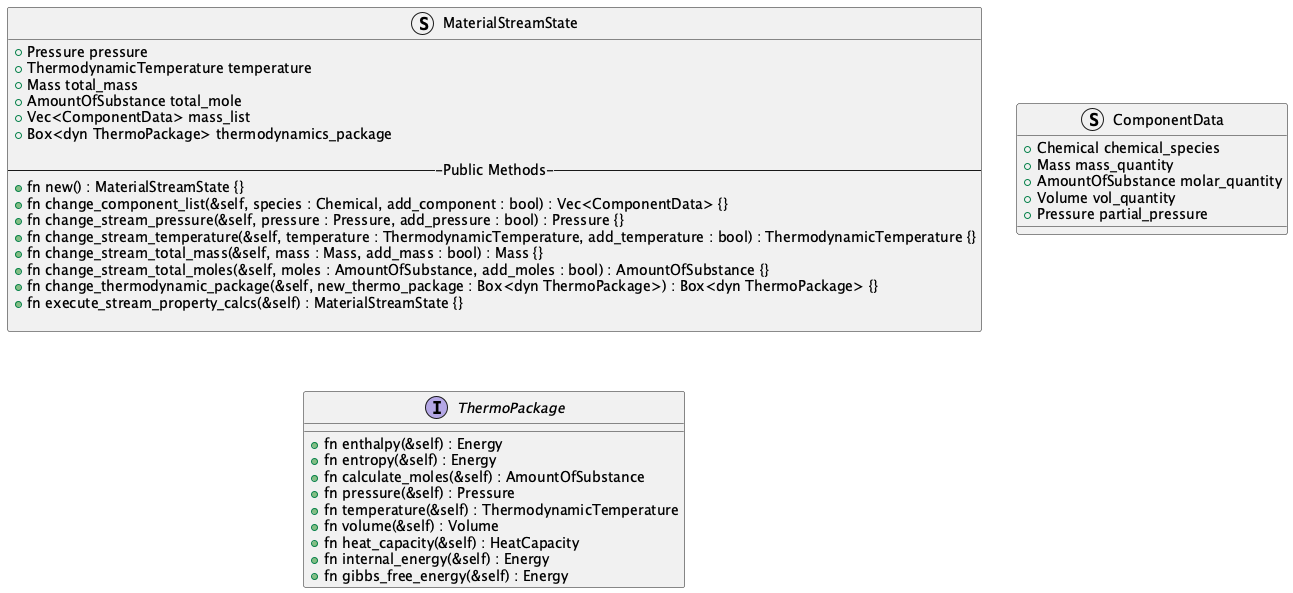
This is thermo-module/thermodynamics_module_class_diagram.png from OSCPS-Project/OSCPS-UML, a PlantUML export, as it was before one commit.
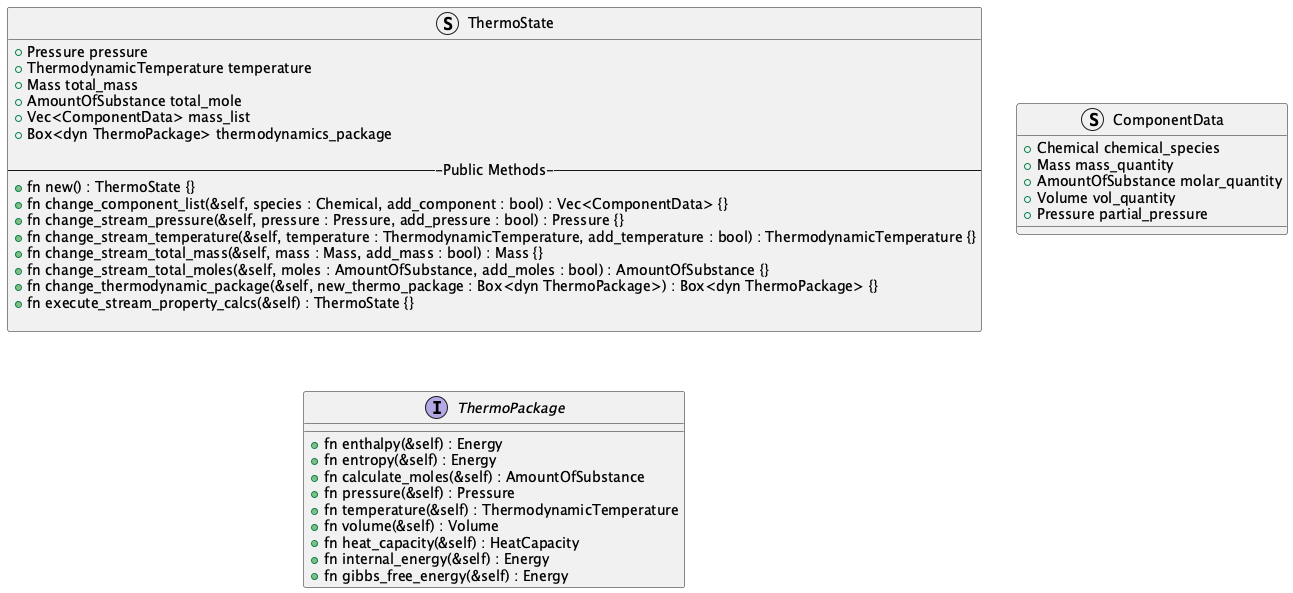
The same file after the commit.

What changed in the source:
```diff
@@ -1,6 +1,6 @@
 @startuml thermodynamics_module_class_diagram
 
-Struct MaterialStreamState {
+Struct ThermoState {
   + Pressure pressure
   + ThermodynamicTemperature temperature
   + Mass total_mass
@@ -9,14 +9,14 @@
   + Box<dyn ThermoPackage> thermodynamics_package
 
   ---Public Methods---
-  + fn new() : MaterialStreamState {}
+  + fn new() : ThermoState {}
   + fn change_component_list(&self, species : Chemical, add_component : bool) : Vec<ComponentData> {}
   + fn change_stream_pressure(&self, pressure : Pressure, add_pressure : bool) : Pressure {}
   + fn change_stream_temperature(&self, temperature : ThermodynamicTemperature, add_temperature : bool) : ThermodynamicTemperature {}
   + fn change_stream_total_mass(&self, mass : Mass, add_mass : bool) : Mass {}
   + fn change_stream_total_moles(&self, moles : AmountOfSubstance, add_moles : bool) : AmountOfSubstance {}
   + fn change_thermodynamic_package(&self, new_thermo_package : Box<dyn ThermoPackage>) : Box<dyn ThermoPackage> {}
-  + fn execute_stream_property_calcs(&self) : MaterialStreamState {}
+  + fn execute_stream_property_calcs(&self) : ThermoState {}
 
 }
 
```
